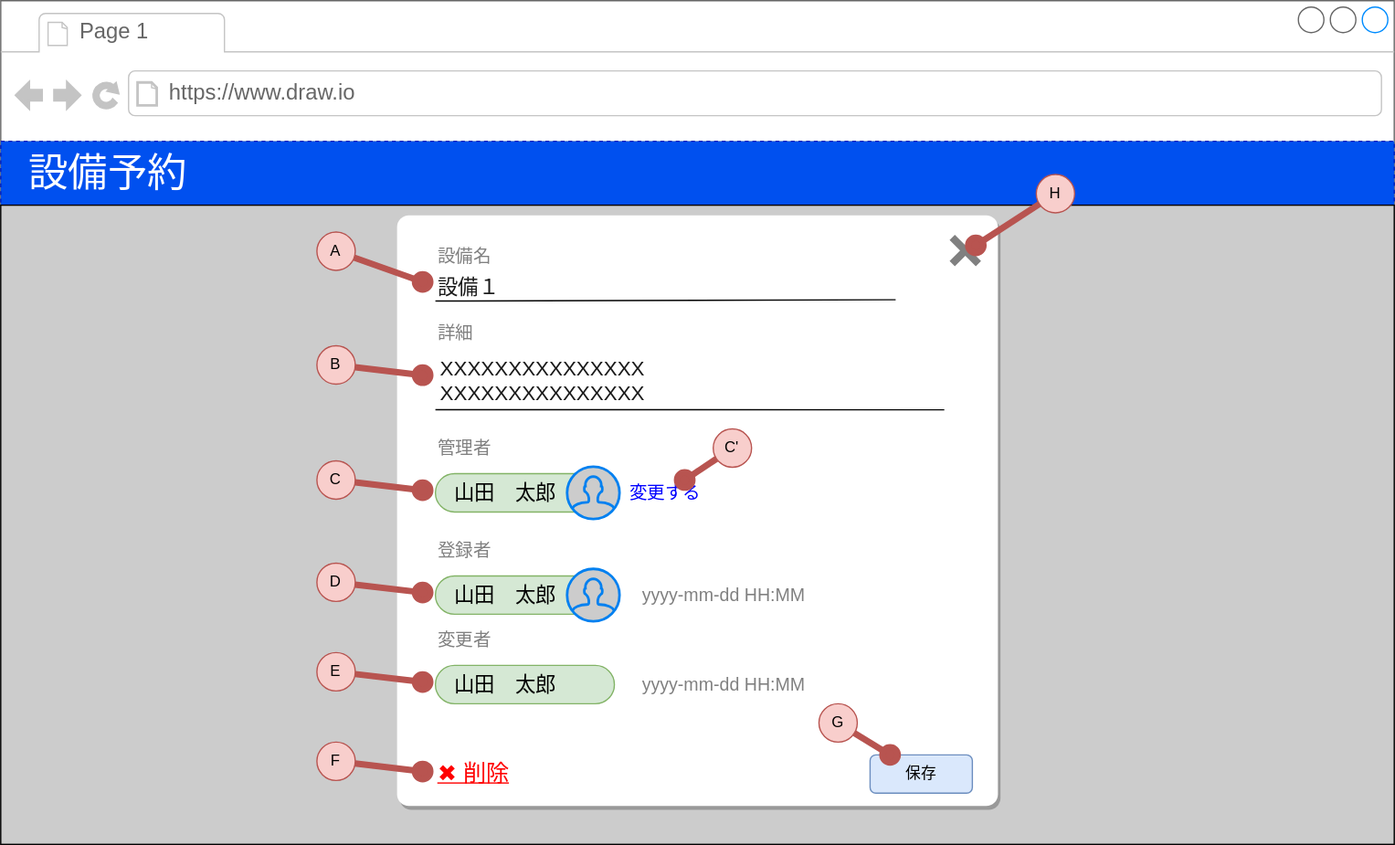
The draw.io diagram docs/facility-detail.drawio.svg in ebi311/facility-reservation, before a commit. Source tidied: cells renumbered, new cells last; positions are measured from the earlier drawing's top-left corner, leaving out a move shared by most shapes.
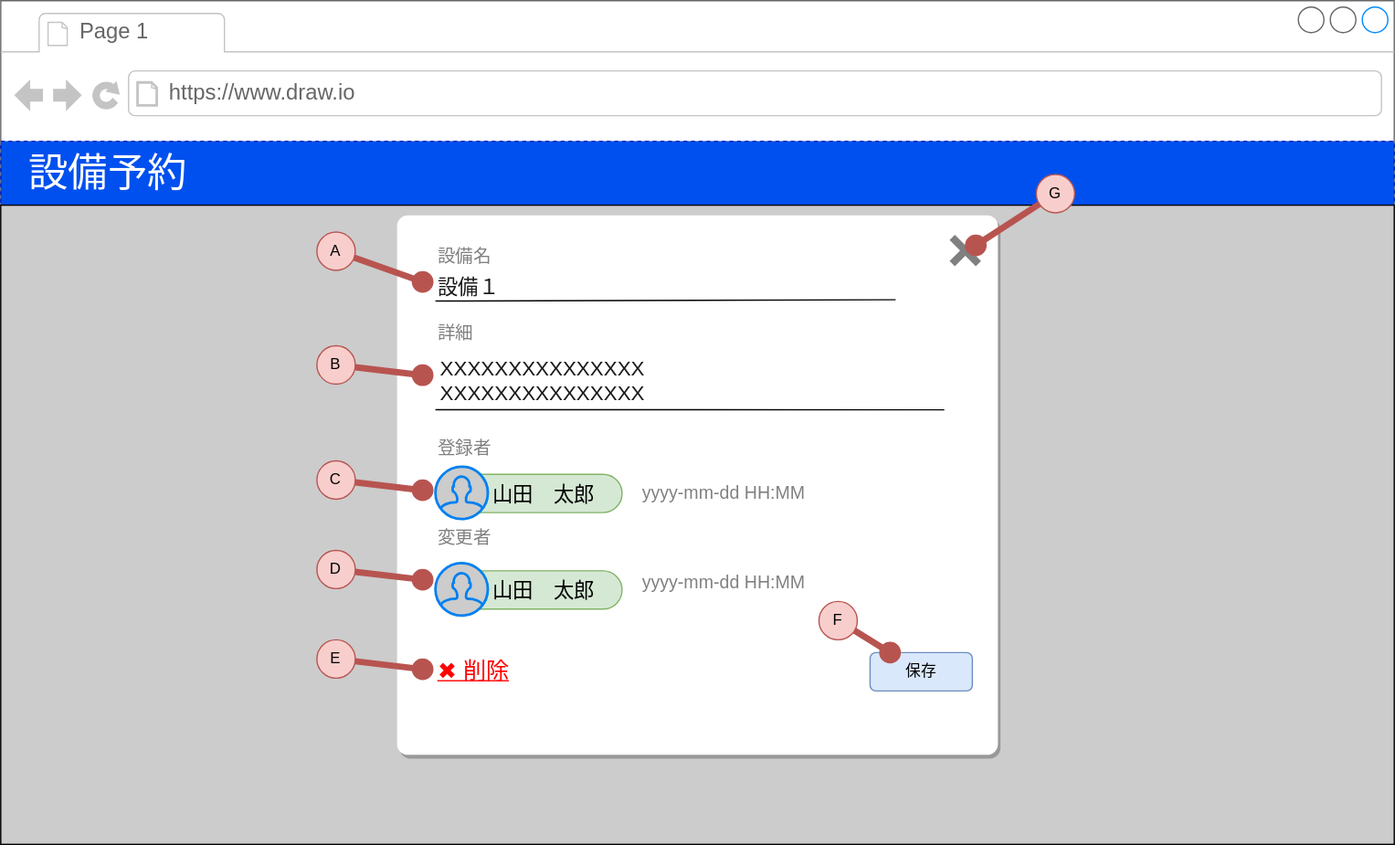
After the commit.

Change to the diagram source:
```diff
@@ -20,148 +20,126 @@
     <mxCell id="7" style="rounded=0;whiteSpace=wrap;html=1;fillColor=#CCCCCC;" parent="1" vertex="1">
       <mxGeometry y="160" width="1090" height="500" as="geometry" />
     </mxCell>
-    <mxCell id="8" style="rounded=1;whiteSpace=wrap;html=1;fontSize=16;align=left;shadow=1;strokeColor=none;arcSize=2;" parent="1" vertex="1">
-      <mxGeometry x="310" y="168" width="470" height="462" as="geometry" />
-    </mxCell>
+    <mxCell id="49" value="名称未設定レイヤ" parent="0" />
+    <mxCell id="50" style="rounded=1;whiteSpace=wrap;html=1;fontSize=16;align=left;shadow=1;strokeColor=none;arcSize=2;" parent="49" vertex="1">
+      <mxGeometry x="310" y="168" width="470" height="422" as="geometry" />
+    </mxCell>
-    <mxCell id="9" value="設備名" style="text;html=1;strokeColor=none;fillColor=none;align=left;verticalAlign=middle;whiteSpace=wrap;rounded=0;fontSize=14;fontColor=#808080;" parent="1" vertex="1">
+    <mxCell id="9" value="設備名" style="text;html=1;strokeColor=none;fillColor=none;align=left;verticalAlign=middle;whiteSpace=wrap;rounded=0;fontSize=14;fontColor=#808080;" parent="49" vertex="1">
       <mxGeometry x="340" y="190" width="130" height="20" as="geometry" />
     </mxCell>
-    <mxCell id="10" style="endArrow=none;html=1;fontSize=14;fontColor=#1A1A1A;" parent="1" edge="1">
-      <mxGeometry relative="1" as="geometry">
-        <mxPoint x="340" y="235" as="sourcePoint" />
-        <mxPoint x="700" y="234" as="targetPoint" />
-      </mxGeometry>
-    </mxCell>
+    <mxCell id="51" style="endArrow=none;html=1;fontSize=14;fontColor=#1A1A1A;" parent="49" edge="1">
+      <mxGeometry relative="1" as="geometry">
+        <mxPoint x="340" y="235" as="sourcePoint" />
+        <mxPoint x="700" y="234" as="targetPoint" />
+      </mxGeometry>
+    </mxCell>
-    <mxCell id="11" value="設備１" style="text;html=1;strokeColor=none;fillColor=none;align=left;verticalAlign=middle;whiteSpace=wrap;rounded=0;fontSize=16;fontColor=#1A1A1A;" parent="1" vertex="1">
+    <mxCell id="11" value="設備１" style="text;html=1;strokeColor=none;fillColor=none;align=left;verticalAlign=middle;whiteSpace=wrap;rounded=0;fontSize=16;fontColor=#1A1A1A;" parent="49" vertex="1">
       <mxGeometry x="340" y="214" width="100" height="20" as="geometry" />
     </mxCell>
-    <mxCell id="12" value="詳細" style="text;html=1;strokeColor=none;fillColor=none;align=left;verticalAlign=middle;whiteSpace=wrap;rounded=0;fontSize=14;fontColor=#808080;" parent="1" vertex="1">
+    <mxCell id="12" value="詳細" style="text;html=1;strokeColor=none;fillColor=none;align=left;verticalAlign=middle;whiteSpace=wrap;rounded=0;fontSize=14;fontColor=#808080;" parent="49" vertex="1">
       <mxGeometry x="340" y="250" width="130" height="20" as="geometry" />
     </mxCell>
-    <mxCell id="13" style="endArrow=none;html=1;fontSize=16;fontColor=#808080;exitX=0.068;exitY=0.463;exitDx=0;exitDy=0;exitPerimeter=0;" parent="1" edge="1">
-      <mxGeometry relative="1" as="geometry">
-        <mxPoint x="340" y="320" as="sourcePoint" />
-        <mxPoint x="738" y="320.1" as="targetPoint" />
-      </mxGeometry>
-    </mxCell>
+    <mxCell id="52" style="endArrow=none;html=1;fontSize=16;fontColor=#808080;exitX=0.068;exitY=0.463;exitDx=0;exitDy=0;exitPerimeter=0;" parent="49" edge="1">
+      <mxGeometry relative="1" as="geometry">
+        <mxPoint x="340" y="320" as="sourcePoint" />
+        <mxPoint x="738" y="320.1" as="targetPoint" />
+      </mxGeometry>
+    </mxCell>
-    <mxCell id="14" value="XXXXXXXXXXXXXXX&lt;br&gt;XXXXXXXXXXXXXXX" style="text;html=1;strokeColor=none;fillColor=none;align=left;verticalAlign=top;whiteSpace=wrap;rounded=0;fontSize=16;fontColor=#1A1A1A;spacing=4;" parent="1" vertex="1">
+    <mxCell id="14" value="XXXXXXXXXXXXXXX&lt;br&gt;XXXXXXXXXXXXXXX" style="text;html=1;strokeColor=none;fillColor=none;align=left;verticalAlign=top;whiteSpace=wrap;rounded=0;fontSize=16;fontColor=#1A1A1A;spacing=4;" parent="49" vertex="1">
       <mxGeometry x="340" y="270" width="280" height="50" as="geometry" />
     </mxCell>
-    <mxCell id="15" value="管理者" style="text;html=1;strokeColor=none;fillColor=none;align=left;verticalAlign=middle;whiteSpace=wrap;rounded=0;fontSize=14;fontColor=#808080;" parent="1" vertex="1">
-      <mxGeometry x="340" y="340" width="130" height="20" as="geometry" />
-    </mxCell>
-    <mxCell id="16" style="shape=cross;whiteSpace=wrap;html=1;rounded=1;shadow=0;fillColor=#808080;fontSize=16;fontColor=#333333;align=left;rotation=45;strokeColor=none;" parent="1" vertex="1">
+    <mxCell id="16" style="shape=cross;whiteSpace=wrap;html=1;rounded=1;shadow=0;fillColor=#808080;fontSize=16;fontColor=#333333;align=left;rotation=45;strokeColor=none;" parent="49" vertex="1">
       <mxGeometry x="740" y="181" width="29" height="29" as="geometry" />
     </mxCell>
-    <mxCell id="17" style="group;" parent="1" vertex="1">
-      <mxGeometry x="340" y="364.5" width="144" height="41" as="geometry" />
-    </mxCell>
-    <mxCell id="18" value="山田　太郎" style="rounded=1;whiteSpace=wrap;html=1;shadow=0;fillColor=#d5e8d4;fontSize=16;align=left;arcSize=50;spacingLeft=13;strokeColor=#82b366;" parent="17" vertex="1">
-      <mxGeometry y="5.5" width="140" height="30" as="geometry" />
-    </mxCell>
-    <mxCell id="19" style="html=1;verticalLabelPosition=bottom;align=center;labelBackgroundColor=#ffffff;verticalAlign=top;strokeWidth=2;strokeColor=#0080F0;shadow=0;dashed=0;shape=mxgraph.ios7.icons.user;rounded=1;fillColor=#CCCCCC;fontSize=16;fontColor=#333333;" parent="17" vertex="1">
-      <mxGeometry x="103" width="41" height="41" as="geometry" />
-    </mxCell>
-    <mxCell id="20" value="登録者" style="text;html=1;strokeColor=none;fillColor=none;align=left;verticalAlign=middle;whiteSpace=wrap;rounded=0;fontSize=14;fontColor=#808080;" parent="1" vertex="1">
-      <mxGeometry x="340" y="420" width="130" height="20" as="geometry" />
+    <mxCell id="20" value="登録者" style="text;html=1;strokeColor=none;fillColor=none;align=left;verticalAlign=middle;whiteSpace=wrap;rounded=0;fontSize=14;fontColor=#808080;" parent="49" vertex="1">
+      <mxGeometry x="340" y="340" width="130" height="20" as="geometry" />
     </mxCell>
-    <mxCell id="21" style="group;" parent="1" vertex="1">
-      <mxGeometry x="340" y="444.5" width="144" height="41" as="geometry" />
-    </mxCell>
-    <mxCell id="22" value="山田　太郎" style="rounded=1;whiteSpace=wrap;html=1;shadow=0;fillColor=#d5e8d4;fontSize=16;align=left;arcSize=50;spacingLeft=13;strokeColor=#82b366;" parent="21" vertex="1">
-      <mxGeometry y="5.5" width="140" height="30" as="geometry" />
-    </mxCell>
-    <mxCell id="23" style="html=1;verticalLabelPosition=bottom;align=center;labelBackgroundColor=#ffffff;verticalAlign=top;strokeWidth=2;strokeColor=#0080F0;shadow=0;dashed=0;shape=mxgraph.ios7.icons.user;rounded=1;fillColor=#CCCCCC;fontSize=16;fontColor=#333333;" parent="21" vertex="1">
-      <mxGeometry x="103" width="41" height="41" as="geometry" />
-    </mxCell>
-    <mxCell id="24" value="保存" style="rounded=1;whiteSpace=wrap;html=1;fillColor=#dae8fc;strokeColor=#6c8ebf;" parent="1" vertex="1">
-      <mxGeometry x="680" y="590" width="80" height="30" as="geometry" />
+    <mxCell id="24" value="保存" style="rounded=1;whiteSpace=wrap;html=1;fillColor=#dae8fc;strokeColor=#6c8ebf;" parent="49" vertex="1">
+      <mxGeometry x="680" y="510" width="80" height="30" as="geometry" />
     </mxCell>
-    <mxCell id="25" value="✖ 削除" style="text;html=1;strokeColor=none;fillColor=none;align=center;verticalAlign=middle;whiteSpace=wrap;rounded=0;fontSize=18;fontStyle=4;fontColor=#FF0000;" parent="1" vertex="1">
-      <mxGeometry x="340" y="595" width="60" height="20" as="geometry" />
+    <mxCell id="25" value="✖ 削除" style="text;html=1;strokeColor=none;fillColor=none;align=center;verticalAlign=middle;whiteSpace=wrap;rounded=0;fontSize=18;fontStyle=4;fontColor=#FF0000;" parent="49" vertex="1">
+      <mxGeometry x="340" y="515" width="60" height="20" as="geometry" />
     </mxCell>
-    <mxCell id="26" value="H" style="ellipse;whiteSpace=wrap;html=1;align=center;fillColor=#f8cecc;strokeColor=#b85450;" parent="1" vertex="1">
-      <mxGeometry x="810" y="136" width="30" height="30" as="geometry" />
-    </mxCell>
-    <mxCell id="27" style="endArrow=oval;html=1;endFill=1;fillColor=#f8cecc;strokeColor=#b85450;strokeWidth=5;endSize=12;startSize=12;entryX=0;entryY=0;entryDx=17.4;entryDy=5.8;entryPerimeter=0;" parent="1" edge="1" source="26">
-      <mxGeometry relative="1" as="geometry">
-        <mxPoint x="762.7" y="191.4" as="targetPoint" />
-      </mxGeometry>
-    </mxCell>
+    <mxCell id="38" value="G" style="ellipse;whiteSpace=wrap;html=1;align=center;fillColor=#f8cecc;strokeColor=#b85450;" parent="49" vertex="1">
+      <mxGeometry x="810" y="136" width="30" height="30" as="geometry" />
+    </mxCell>
+    <mxCell id="53" style="endArrow=oval;html=1;endFill=1;fillColor=#f8cecc;strokeColor=#b85450;strokeWidth=5;endSize=12;startSize=12;entryX=0;entryY=0;entryDx=17.4;entryDy=5.8;entryPerimeter=0;" parent="49" edge="1" source="38">
+      <mxGeometry relative="1" as="geometry">
+        <mxPoint x="762.7" y="191.4" as="targetPoint" />
+      </mxGeometry>
+    </mxCell>
-    <mxCell id="28" value="A" style="ellipse;whiteSpace=wrap;html=1;align=center;fillColor=#f8cecc;strokeColor=#b85450;" parent="1" vertex="1">
+    <mxCell id="28" value="A" style="ellipse;whiteSpace=wrap;html=1;align=center;fillColor=#f8cecc;strokeColor=#b85450;" parent="49" vertex="1">
       <mxGeometry x="247.3" y="181" width="30" height="30" as="geometry" />
     </mxCell>
-    <mxCell id="29" style="endArrow=oval;html=1;endFill=1;fillColor=#f8cecc;strokeColor=#b85450;strokeWidth=5;endSize=12;startSize=12;" parent="1" edge="1" source="28">
-      <mxGeometry relative="1" as="geometry">
-        <mxPoint x="330" y="220" as="targetPoint" />
-      </mxGeometry>
-    </mxCell>
+    <mxCell id="54" style="endArrow=oval;html=1;endFill=1;fillColor=#f8cecc;strokeColor=#b85450;strokeWidth=5;endSize=12;startSize=12;" parent="49" edge="1" source="28">
+      <mxGeometry relative="1" as="geometry">
+        <mxPoint x="330" y="220" as="targetPoint" />
+      </mxGeometry>
+    </mxCell>
-    <mxCell id="30" value="B" style="ellipse;whiteSpace=wrap;html=1;align=center;fillColor=#f8cecc;strokeColor=#b85450;" parent="1" vertex="1">
+    <mxCell id="30" value="B" style="ellipse;whiteSpace=wrap;html=1;align=center;fillColor=#f8cecc;strokeColor=#b85450;" parent="49" vertex="1">
       <mxGeometry x="247.3" y="270" width="30" height="30" as="geometry" />
     </mxCell>
-    <mxCell id="31" style="endArrow=oval;html=1;endFill=1;fillColor=#f8cecc;strokeColor=#b85450;strokeWidth=5;endSize=12;startSize=12;" parent="1" edge="1" source="30">
-      <mxGeometry relative="1" as="geometry">
-        <mxPoint x="330" y="293" as="targetPoint" />
-      </mxGeometry>
-    </mxCell>
+    <mxCell id="55" style="endArrow=oval;html=1;endFill=1;fillColor=#f8cecc;strokeColor=#b85450;strokeWidth=5;endSize=12;startSize=12;" parent="49" edge="1" source="30">
+      <mxGeometry relative="1" as="geometry">
+        <mxPoint x="330" y="293" as="targetPoint" />
+      </mxGeometry>
+    </mxCell>
-    <mxCell id="32" value="C" style="ellipse;whiteSpace=wrap;html=1;align=center;fillColor=#f8cecc;strokeColor=#b85450;" parent="1" vertex="1">
+    <mxCell id="32" value="C" style="ellipse;whiteSpace=wrap;html=1;align=center;fillColor=#f8cecc;strokeColor=#b85450;" parent="49" vertex="1">
       <mxGeometry x="247.3" y="360" width="30" height="30" as="geometry" />
     </mxCell>
-    <mxCell id="33" style="endArrow=oval;html=1;endFill=1;fillColor=#f8cecc;strokeColor=#b85450;strokeWidth=5;endSize=12;startSize=12;" parent="1" edge="1" source="32">
-      <mxGeometry relative="1" as="geometry">
-        <mxPoint x="330" y="383" as="targetPoint" />
-      </mxGeometry>
-    </mxCell>
+    <mxCell id="56" style="endArrow=oval;html=1;endFill=1;fillColor=#f8cecc;strokeColor=#b85450;strokeWidth=5;endSize=12;startSize=12;" parent="49" edge="1" source="32">
+      <mxGeometry relative="1" as="geometry">
+        <mxPoint x="330" y="383" as="targetPoint" />
+      </mxGeometry>
+    </mxCell>
+    <mxCell id="47" value="E" style="ellipse;whiteSpace=wrap;html=1;align=center;fillColor=#f8cecc;strokeColor=#b85450;" parent="49" vertex="1">
+      <mxGeometry x="247.3" y="500" width="30" height="30" as="geometry" />
+    </mxCell>
+    <mxCell id="57" style="endArrow=oval;html=1;endFill=1;fillColor=#f8cecc;strokeColor=#b85450;strokeWidth=5;endSize=12;startSize=12;" parent="49" edge="1" source="47">
+      <mxGeometry relative="1" as="geometry">
+        <mxPoint x="330" y="523" as="targetPoint" />
+      </mxGeometry>
+    </mxCell>
+    <mxCell id="36" value="F" style="ellipse;whiteSpace=wrap;html=1;align=center;fillColor=#f8cecc;strokeColor=#b85450;" parent="49" vertex="1">
+      <mxGeometry x="640" y="470" width="30" height="30" as="geometry" />
+    </mxCell>
+    <mxCell id="58" style="endArrow=oval;html=1;endFill=1;fillColor=#f8cecc;strokeColor=#b85450;strokeWidth=5;endSize=12;startSize=12;" parent="49" edge="1" source="36" target="24">
+      <mxGeometry relative="1" as="geometry" />
+    </mxCell>
+    <mxCell id="59" value="yyyy-mm-dd HH:MM" style="text;html=1;strokeColor=none;fillColor=none;align=left;verticalAlign=middle;whiteSpace=wrap;rounded=0;fontSize=14;fontColor=#808080;" parent="49" vertex="1">
+      <mxGeometry x="500" y="375" width="170" height="20" as="geometry" />
+    </mxCell>
+    <mxCell id="44" value="変更者" style="text;html=1;strokeColor=none;fillColor=none;align=left;verticalAlign=middle;whiteSpace=wrap;rounded=0;fontSize=14;fontColor=#808080;" parent="49" vertex="1">
+      <mxGeometry x="340" y="410" width="130" height="20" as="geometry" />
+    </mxCell>
+    <mxCell id="60" value="yyyy-mm-dd HH:MM" style="text;html=1;strokeColor=none;fillColor=none;align=left;verticalAlign=middle;whiteSpace=wrap;rounded=0;fontSize=14;fontColor=#808080;" parent="49" vertex="1">
+      <mxGeometry x="500" y="445" width="170" height="20" as="geometry" />
+    </mxCell>
-    <mxCell id="34" value="D" style="ellipse;whiteSpace=wrap;html=1;align=center;fillColor=#f8cecc;strokeColor=#b85450;" parent="1" vertex="1">
-      <mxGeometry x="247.3" y="440" width="30" height="30" as="geometry" />
+    <mxCell id="34" value="D" style="ellipse;whiteSpace=wrap;html=1;align=center;fillColor=#f8cecc;strokeColor=#b85450;" parent="49" vertex="1">
+      <mxGeometry x="247.3" y="430" width="30" height="30" as="geometry" />
     </mxCell>
-    <mxCell id="35" style="endArrow=oval;html=1;endFill=1;fillColor=#f8cecc;strokeColor=#b85450;strokeWidth=5;endSize=12;startSize=12;" parent="1" edge="1" source="34">
-      <mxGeometry relative="1" as="geometry">
-        <mxPoint x="330" y="463" as="targetPoint" />
-      </mxGeometry>
-    </mxCell>
-    <mxCell id="36" value="F" style="ellipse;whiteSpace=wrap;html=1;align=center;fillColor=#f8cecc;strokeColor=#b85450;" parent="1" vertex="1">
-      <mxGeometry x="247.3" y="580" width="30" height="30" as="geometry" />
-    </mxCell>
-    <mxCell id="37" style="endArrow=oval;html=1;endFill=1;fillColor=#f8cecc;strokeColor=#b85450;strokeWidth=5;endSize=12;startSize=12;" parent="1" edge="1" source="36">
-      <mxGeometry relative="1" as="geometry">
-        <mxPoint x="330" y="603" as="targetPoint" />
-      </mxGeometry>
-    </mxCell>
-    <mxCell id="38" value="G" style="ellipse;whiteSpace=wrap;html=1;align=center;fillColor=#f8cecc;strokeColor=#b85450;" parent="1" vertex="1">
-      <mxGeometry x="640" y="550" width="30" height="30" as="geometry" />
-    </mxCell>
-    <mxCell id="39" style="endArrow=oval;html=1;endFill=1;fillColor=#f8cecc;strokeColor=#b85450;strokeWidth=5;endSize=12;startSize=12;" parent="1" edge="1" source="38" target="24">
-      <mxGeometry relative="1" as="geometry" />
-    </mxCell>
-    <mxCell id="40" value="変更する" style="text;html=1;strokeColor=none;fillColor=none;align=left;verticalAlign=middle;whiteSpace=wrap;rounded=0;fontSize=14;fontColor=#0000FF;fontStyle=0;" parent="1" vertex="1">
-      <mxGeometry x="490" y="375" width="60" height="20" as="geometry" />
-    </mxCell>
-    <mxCell id="41" value="C'" style="ellipse;whiteSpace=wrap;html=1;align=center;fillColor=#f8cecc;strokeColor=#b85450;" parent="1" vertex="1">
-      <mxGeometry x="557.3" y="335" width="30" height="30" as="geometry" />
-    </mxCell>
-    <mxCell id="42" style="endArrow=oval;html=1;endFill=1;fillColor=#f8cecc;strokeColor=#b85450;strokeWidth=5;endSize=12;startSize=12;entryX=0.75;entryY=0;entryDx=0;entryDy=0;" parent="1" edge="1" source="41" target="40">
-      <mxGeometry relative="1" as="geometry" />
-    </mxCell>
-    <mxCell id="43" value="yyyy-mm-dd HH:MM" style="text;html=1;strokeColor=none;fillColor=none;align=left;verticalAlign=middle;whiteSpace=wrap;rounded=0;fontSize=14;fontColor=#808080;" parent="1" vertex="1">
-      <mxGeometry x="500" y="455" width="170" height="20" as="geometry" />
-    </mxCell>
-    <mxCell id="44" value="変更者" style="text;html=1;strokeColor=none;fillColor=none;align=left;verticalAlign=middle;whiteSpace=wrap;rounded=0;fontSize=14;fontColor=#808080;" parent="1" vertex="1">
-      <mxGeometry x="340" y="490" width="130" height="20" as="geometry" />
-    </mxCell>
-    <mxCell id="45" value="山田　太郎" style="rounded=1;whiteSpace=wrap;html=1;shadow=0;fillColor=#d5e8d4;fontSize=16;align=left;arcSize=50;spacingLeft=13;strokeColor=#82b366;" parent="1" vertex="1">
-      <mxGeometry x="340" y="520" width="140" height="30" as="geometry" />
-    </mxCell>
-    <mxCell id="46" value="yyyy-mm-dd HH:MM" style="text;html=1;strokeColor=none;fillColor=none;align=left;verticalAlign=middle;whiteSpace=wrap;rounded=0;fontSize=14;fontColor=#808080;" parent="1" vertex="1">
-      <mxGeometry x="500" y="525" width="170" height="20" as="geometry" />
-    </mxCell>
-    <mxCell id="47" value="E" style="ellipse;whiteSpace=wrap;html=1;align=center;fillColor=#f8cecc;strokeColor=#b85450;" parent="1" vertex="1">
-      <mxGeometry x="247.3" y="510" width="30" height="30" as="geometry" />
-    </mxCell>
-    <mxCell id="48" style="endArrow=oval;html=1;endFill=1;fillColor=#f8cecc;strokeColor=#b85450;strokeWidth=5;endSize=12;startSize=12;" parent="1" edge="1" source="47">
-      <mxGeometry relative="1" as="geometry">
-        <mxPoint x="330" y="533" as="targetPoint" />
-      </mxGeometry>
-    </mxCell>
+    <mxCell id="61" style="endArrow=oval;html=1;endFill=1;fillColor=#f8cecc;strokeColor=#b85450;strokeWidth=5;endSize=12;startSize=12;" parent="49" edge="1" source="34">
+      <mxGeometry relative="1" as="geometry">
+        <mxPoint x="330" y="453" as="targetPoint" />
+      </mxGeometry>
+    </mxCell>
+    <mxCell id="62" style="group;" parent="49" vertex="1">
+      <mxGeometry x="340" y="364.5" width="146" height="41" as="geometry" />
+    </mxCell>
+    <mxCell id="63" value="山田　太郎" style="rounded=1;whiteSpace=wrap;html=1;shadow=0;fillColor=#d5e8d4;fontSize=16;align=left;arcSize=50;spacingLeft=37;strokeColor=#82b366;" parent="62" vertex="1">
+      <mxGeometry x="6" y="6" width="140" height="30" as="geometry" />
+    </mxCell>
+    <mxCell id="64" style="html=1;verticalLabelPosition=bottom;align=center;labelBackgroundColor=#ffffff;verticalAlign=top;strokeWidth=2;strokeColor=#0080F0;shadow=0;dashed=0;shape=mxgraph.ios7.icons.user;rounded=1;fillColor=#CCCCCC;fontSize=16;fontColor=#333333;" parent="62" vertex="1">
+      <mxGeometry width="41" height="41" as="geometry" />
+    </mxCell>
+    <mxCell id="65" style="group;" parent="49" vertex="1">
+      <mxGeometry x="340" y="440" width="146" height="41" as="geometry" />
+    </mxCell>
+    <mxCell id="66" value="山田　太郎" style="rounded=1;whiteSpace=wrap;html=1;shadow=0;fillColor=#d5e8d4;fontSize=16;align=left;arcSize=50;spacingLeft=37;strokeColor=#82b366;" parent="65" vertex="1">
+      <mxGeometry x="6" y="6" width="140" height="30" as="geometry" />
+    </mxCell>
+    <mxCell id="67" style="html=1;verticalLabelPosition=bottom;align=center;labelBackgroundColor=#ffffff;verticalAlign=top;strokeWidth=2;strokeColor=#0080F0;shadow=0;dashed=0;shape=mxgraph.ios7.icons.user;rounded=1;fillColor=#CCCCCC;fontSize=16;fontColor=#333333;" parent="65" vertex="1">
+      <mxGeometry width="41" height="41" as="geometry" />
+    </mxCell>
   </root>
 </mxGraphModel>
```
